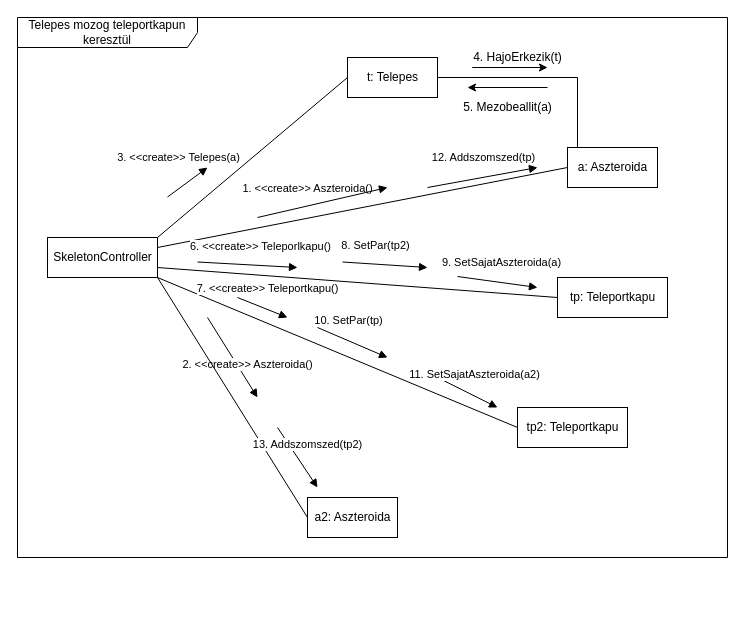
This is page "TelepesTPMozgas" (1 of 3) of doc/kommunikacio/TeleportMozgas.drawio from torpeBoiGo/aszteroidabanyaszat, a draw.io file, before an edit. Source tidied: cells renumbered, new cells numbered last; positions are measured from the earlier drawing's top-left corner, leaving out a move shared by most shapes. Both pictures are drawn from the tidied source at 100%, with x=0, y=0 at pixel (17, 17).
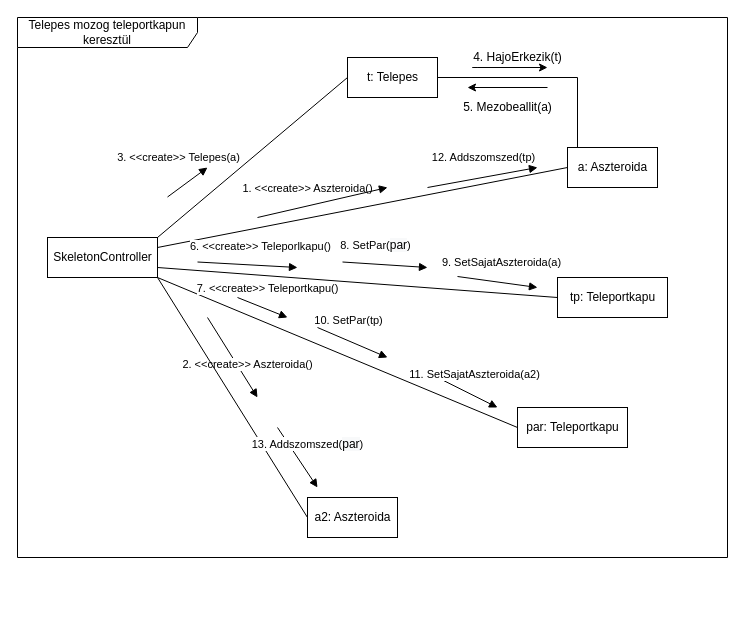
The same diagram, later.

What changed in the source:
```diff
@@
-    <mxCell id="15" value="tp2: Teleportkapu" style="html=1;" parent="1" vertex="1">
+    <mxCell id="15" value="par: Teleportkapu" style="html=1;" parent="1" vertex="1">
       <mxGeometry x="500" y="390" width="110" height="40" as="geometry" />
     </mxCell>
@@
-    <mxCell id="25" value="8. SetPar(tp2)" style="html=1;verticalAlign=bottom;endArrow=block;" parent="1" edge="1">
+    <mxCell id="25" value="8. SetPar(&lt;span style=&quot;font-size: 12px ; background-color: rgb(248 , 249 , 250)&quot;&gt;par&lt;/span&gt;)" style="html=1;verticalAlign=bottom;endArrow=block;" parent="1" edge="1">
       <mxGeometry x="-0.25" y="10" relative="1" as="geometry">
         <mxPoint x="325" y="244.5" as="sourcePoint" />
         <mxPoint x="410" y="250" as="targetPoint" />
       </mxGeometry>
     </mxCell>
-    <mxCell id="26" value="13. Addszomszed(tp2)" style="html=1;verticalAlign=bottom;endArrow=block;" parent="1" edge="1">
+    <mxCell id="26" value="13. Addszomszed(&lt;span style=&quot;font-size: 12px ; background-color: rgb(248 , 249 , 250)&quot;&gt;par&lt;/span&gt;)" style="html=1;verticalAlign=bottom;endArrow=block;" parent="1" edge="1">
       <mxGeometry x="0.06" y="11" relative="1" as="geometry">
         <mxPoint x="260" y="410" as="sourcePoint" />
         <mxPoint x="300" y="470" as="targetPoint" />
       </mxGeometry>
     </mxCell>
```
